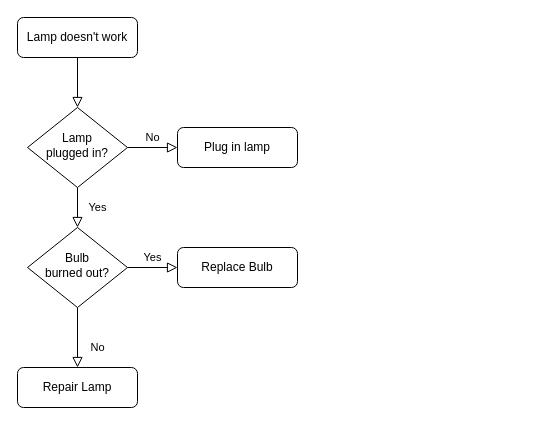
This is init/paint/未命名绘图.drawio from firstchoice6/drawio-chart, a draw.io file, before an edit. Source tidied: cells renumbered, new cells numbered last; positions are measured from the earlier drawing's top-left corner, leaving out a move shared by most shapes. Both pictures are drawn from the tidied source at 100%, with x=0, y=0 at pixel (17, 17).
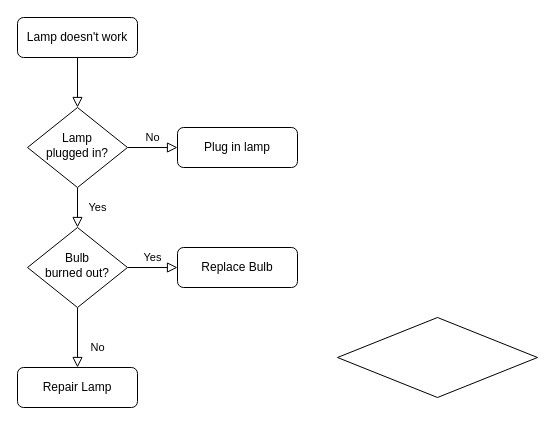
The same page after the edit.

What changed in the source:
```diff
@@
 <mxGraphModel>
   <root>
     <mxCell id="0" />
     <mxCell id="1" parent="0" />
     <mxCell id="2" style="rounded=0;html=1;jettySize=auto;fontSize=11;endArrow=block;endFill=0;endSize=8;strokeWidth=1;shadow=0;labelBackgroundColor=none;edgeStyle=orthogonalEdgeStyle;" parent="1" edge="1" source="3" target="6">
       <mxGeometry relative="1" as="geometry" />
     </mxCell>
     <mxCell id="3" value="Lamp doesn't work" style="rounded=1;whiteSpace=wrap;html=1;fontSize=12;glass=0;strokeWidth=1;shadow=0;" parent="1" vertex="1">
       <mxGeometry width="120" height="40" as="geometry" />
     </mxCell>
     <mxCell id="4" value="Yes" style="rounded=0;html=1;jettySize=auto;fontSize=11;endArrow=block;endFill=0;endSize=8;strokeWidth=1;shadow=0;labelBackgroundColor=none;edgeStyle=orthogonalEdgeStyle;" parent="1" edge="1" source="6" target="10">
       <mxGeometry y="20" relative="1" as="geometry" />
     </mxCell>
     <mxCell id="5" value="No" style="edgeStyle=orthogonalEdgeStyle;rounded=0;html=1;jettySize=auto;fontSize=11;endArrow=block;endFill=0;endSize=8;strokeWidth=1;shadow=0;labelBackgroundColor=none;" parent="1" edge="1" source="6" target="7">
       <mxGeometry y="10" relative="1" as="geometry" />
     </mxCell>
     <mxCell id="6" value="Lamp&lt;br&gt;plugged in?" style="rhombus;whiteSpace=wrap;html=1;shadow=0;fontFamily=Helvetica;fontSize=12;align=center;strokeWidth=1;spacing=6;spacingTop=-4;" parent="1" vertex="1">
       <mxGeometry x="10" y="90" width="100" height="80" as="geometry" />
     </mxCell>
     <mxCell id="7" value="Plug in lamp" style="rounded=1;whiteSpace=wrap;html=1;fontSize=12;glass=0;strokeWidth=1;shadow=0;" parent="1" vertex="1">
       <mxGeometry x="160" y="110" width="120" height="40" as="geometry" />
     </mxCell>
     <mxCell id="8" value="No" style="rounded=0;html=1;jettySize=auto;fontSize=11;endArrow=block;endFill=0;endSize=8;strokeWidth=1;shadow=0;labelBackgroundColor=none;edgeStyle=orthogonalEdgeStyle;" parent="1" edge="1" source="10" target="11">
       <mxGeometry x="0.33" y="20" relative="1" as="geometry" />
     </mxCell>
     <mxCell id="9" value="Yes" style="edgeStyle=orthogonalEdgeStyle;rounded=0;html=1;jettySize=auto;fontSize=11;endArrow=block;endFill=0;endSize=8;strokeWidth=1;shadow=0;labelBackgroundColor=none;" parent="1" edge="1" source="10" target="12">
       <mxGeometry y="10" relative="1" as="geometry" />
     </mxCell>
     <mxCell id="10" value="Bulb&lt;br&gt;burned out?" style="rhombus;whiteSpace=wrap;html=1;shadow=0;fontFamily=Helvetica;fontSize=12;align=center;strokeWidth=1;spacing=6;spacingTop=-4;" parent="1" vertex="1">
       <mxGeometry x="10" y="210" width="100" height="80" as="geometry" />
     </mxCell>
     <mxCell id="11" value="Repair Lamp" style="rounded=1;whiteSpace=wrap;html=1;fontSize=12;glass=0;strokeWidth=1;shadow=0;" parent="1" vertex="1">
       <mxGeometry y="350" width="120" height="40" as="geometry" />
     </mxCell>
     <mxCell id="12" value="Replace Bulb" style="rounded=1;whiteSpace=wrap;html=1;fontSize=12;glass=0;strokeWidth=1;shadow=0;" parent="1" vertex="1">
       <mxGeometry x="160" y="230" width="120" height="40" as="geometry" />
     </mxCell>
+    <mxCell id="13" style="rhombus;whiteSpace=wrap;html=1;" parent="1" vertex="1">
+      <mxGeometry x="320" y="300" width="200" height="80" as="geometry" />
+    </mxCell>
   </root>
 </mxGraphModel>
```
